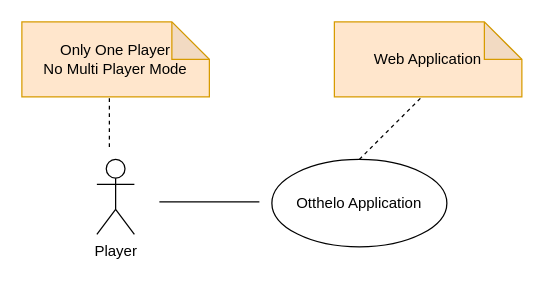
The draw.io diagram principles/app-design/docs/context-diagram.drawio in NaokiYamauchi/sandbox, before the edit. Source tidied: cells renumbered, new cells numbered last; positions are measured from the earlier drawing's top-left corner, leaving out a move shared by most shapes. Both pictures are drawn from the tidied source at 125%, with x=0, y=0 at pixel (21, 21).
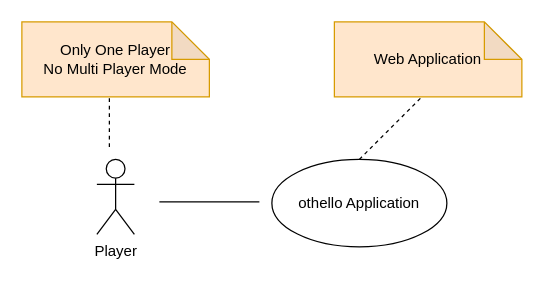
The same page after the edit.

The edit, as a diff of the source:
```diff
@@
 <mxGraphModel>
   <root>
     <mxCell id="0" />
     <mxCell id="1" parent="0" />
-    <mxCell id="2" value="Otthelo Application" style="ellipse;whiteSpace=wrap;html=1;" parent="1" vertex="1">
+    <mxCell id="2" value="othello Application" style="ellipse;whiteSpace=wrap;html=1;" parent="1" vertex="1">
       <mxGeometry x="200" y="110" width="140" height="70" as="geometry" />
     </mxCell>
     <mxCell id="3" value="Player" style="shape=umlActor;verticalLabelPosition=bottom;verticalAlign=top;html=1;" parent="1" vertex="1">
       <mxGeometry x="60" y="110" width="30" height="60" as="geometry" />
     </mxCell>
     <mxCell id="4" style="line;strokeWidth=1;fillColor=none;align=left;verticalAlign=middle;spacingTop=-1;spacingLeft=3;spacingRight=3;labelPosition=right;strokeColor=inherit;" parent="1" vertex="1">
       <mxGeometry x="110" y="140" width="80" height="8" as="geometry" />
     </mxCell>
     <mxCell id="5" value="Web Application" style="shape=note;whiteSpace=wrap;html=1;backgroundOutline=1;darkOpacity=0.05;fillColor=#ffe6cc;strokeColor=#d79b00;" parent="1" vertex="1">
       <mxGeometry x="250" width="150" height="60" as="geometry" />
     </mxCell>
     <mxCell id="6" style="endArrow=none;dashed=1;html=1;" parent="1" edge="1">
       <mxGeometry relative="1" as="geometry">
         <mxPoint x="270" y="110" as="sourcePoint" />
         <mxPoint x="320" y="60" as="targetPoint" />
       </mxGeometry>
     </mxCell>
     <mxCell id="7" value="Only One Player&lt;div&gt;No Multi Player Mode&lt;/div&gt;" style="shape=note;whiteSpace=wrap;html=1;backgroundOutline=1;darkOpacity=0.05;fillColor=#ffe6cc;strokeColor=#d79b00;" parent="1" vertex="1">
       <mxGeometry width="150" height="60" as="geometry" />
     </mxCell>
     <mxCell id="8" style="endArrow=none;dashed=1;html=1;" parent="1" edge="1">
       <mxGeometry relative="1" as="geometry">
         <mxPoint x="70" y="100" as="sourcePoint" />
         <mxPoint x="70" y="60" as="targetPoint" />
       </mxGeometry>
     </mxCell>
   </root>
 </mxGraphModel>
```
